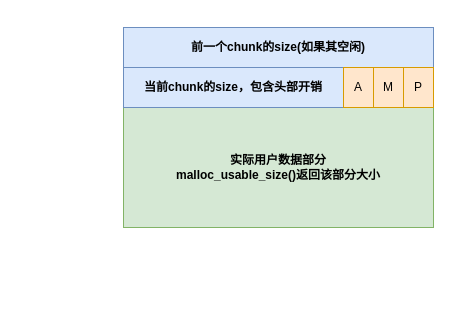
walkerdu/draw_io keeps this draw.io diagram as ptmalloc.drawio. Above is the earlier version. Source tidied: cells renumbered, new cells numbered last; positions are measured from the earlier drawing's top-left corner, leaving out a move shared by most shapes. Both pictures are drawn from the tidied source at 100%, with x=0, y=0 at pixel (123, 27).
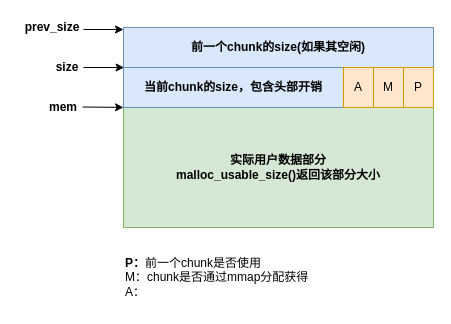
The same diagram, later.

Change to the diagram source:
```diff
@@
 <mxGraphModel>
   <root>
     <mxCell id="0" />
     <mxCell id="1" parent="0" />
     <mxCell id="2" value="实际用户数据部分&lt;br&gt;malloc_usable_size()返回该部分大小" style="rounded=0;whiteSpace=wrap;html=1;fontStyle=1;fillColor=#d5e8d4;strokeColor=#82b366;" parent="1" vertex="1">
       <mxGeometry y="80" width="310" height="120" as="geometry" />
     </mxCell>
     <mxCell id="3" value="当前chunk的size，包含头部开销" style="rounded=0;whiteSpace=wrap;html=1;fontStyle=1;fillColor=#dae8fc;strokeColor=#6c8ebf;" parent="1" vertex="1">
       <mxGeometry y="40" width="220" height="40" as="geometry" />
     </mxCell>
     <mxCell id="4" value="前一个chunk的size(如果其空闲)" style="rounded=0;whiteSpace=wrap;html=1;fontStyle=1;fillColor=#dae8fc;strokeColor=#6c8ebf;" parent="1" vertex="1">
       <mxGeometry width="310" height="40" as="geometry" />
     </mxCell>
     <mxCell id="5" value="M" style="rounded=0;whiteSpace=wrap;html=1;fillColor=#ffe6cc;strokeColor=#d79b00;" parent="1" vertex="1">
       <mxGeometry x="250" y="40" width="30" height="40" as="geometry" />
     </mxCell>
     <mxCell id="6" value="P" style="rounded=0;whiteSpace=wrap;html=1;fillColor=#ffe6cc;strokeColor=#d79b00;" parent="1" vertex="1">
       <mxGeometry x="280" y="40" width="30" height="40" as="geometry" />
     </mxCell>
     <mxCell id="7" value="A" style="rounded=0;whiteSpace=wrap;html=1;fillColor=#ffe6cc;strokeColor=#d79b00;" parent="1" vertex="1">
       <mxGeometry x="220" y="40" width="30" height="40" as="geometry" />
     </mxCell>
+    <mxCell id="8" value="prev_size" style="text;html=1;strokeColor=none;fillColor=none;align=center;verticalAlign=middle;whiteSpace=wrap;rounded=0;fontStyle=1;" parent="1" vertex="1">
+      <mxGeometry x="-106" y="-10" width="70" height="20" as="geometry" />
+    </mxCell>
+    <mxCell id="9" style="endArrow=classic;html=1;entryX=0;entryY=0.5;entryDx=0;entryDy=0;align=center;" parent="1" edge="1">
+      <mxGeometry relative="1" as="geometry">
+        <mxPoint x="-40" y="2" as="sourcePoint" />
+        <mxPoint y="2" as="targetPoint" />
+      </mxGeometry>
+    </mxCell>
+    <mxCell id="10" value="size" style="text;html=1;strokeColor=none;fillColor=none;align=center;verticalAlign=middle;whiteSpace=wrap;rounded=0;fontStyle=1;" parent="1" vertex="1">
+      <mxGeometry x="-76" y="30" width="40" height="20" as="geometry" />
+    </mxCell>
+    <mxCell id="11" style="endArrow=classic;html=1;align=center;entryX=0.002;entryY=1;entryDx=0;entryDy=0;entryPerimeter=0;" parent="1" edge="1" target="4">
+      <mxGeometry relative="1" as="geometry">
+        <mxPoint x="-40" y="40" as="sourcePoint" />
+      </mxGeometry>
+    </mxCell>
+    <mxCell id="12" style="endArrow=classic;html=1;entryX=0.009;entryY=1.034;entryDx=0;entryDy=0;entryPerimeter=0;align=center;" parent="1" edge="1">
+      <mxGeometry relative="1" as="geometry">
+        <mxPoint x="-41" y="79.5" as="sourcePoint" />
+        <mxPoint y="79.9" as="targetPoint" />
+      </mxGeometry>
+    </mxCell>
+    <mxCell id="13" value="mem" style="text;html=1;strokeColor=none;fillColor=none;align=center;verticalAlign=middle;whiteSpace=wrap;rounded=0;fontStyle=1;" parent="1" vertex="1">
+      <mxGeometry x="-80" y="70" width="40" height="20" as="geometry" />
+    </mxCell>
+    <mxCell id="14" value="P：&lt;span style=&quot;font-weight: normal&quot;&gt;前一个chunk是否使用&lt;br&gt;M：chunk是否通过mmap分配获得&lt;br&gt;A：&lt;br&gt;&lt;/span&gt;" style="text;html=1;strokeColor=none;fillColor=none;align=left;verticalAlign=middle;whiteSpace=wrap;rounded=0;fontStyle=1;" parent="1" vertex="1">
+      <mxGeometry y="220" width="190" height="60" as="geometry" />
+    </mxCell>
   </root>
 </mxGraphModel>
```
